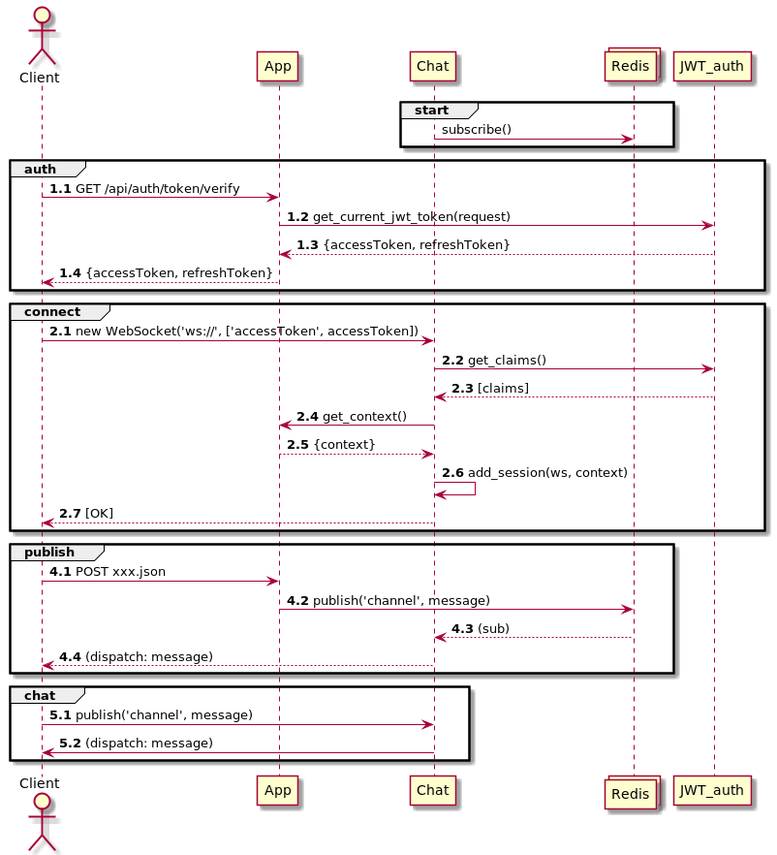
Before: docs/chat.png, a diagram exported from PlantUML (Py-AMS/pyams-chat-ws). Source of this version:
```plantuml
@startuml

actor Client
participant App
participant Chat
collections Redis
participant JWT_auth

group start
    Chat -> Redis: subscribe()
end

group auth
    autonumber 1.1
    Client -> App: GET /api/auth/token/verify
    App -> JWT_auth: get_current_jwt_token(request)
    JWT_auth --> App: {accessToken, refreshToken}
    App --> Client: {accessToken, refreshToken}
end

group connect
    autonumber 2.1
    Client -> Chat: new WebSocket('ws://', ['accessToken', accessToken])
    Chat -> JWT_auth: get_claims()
    JWT_auth --> Chat: [claims]
    Chat -> App: get_context()
    App --> Chat: {context}
    Chat -> Chat: add_session(ws, context)
    Chat --> Client: [OK]
end

group publish
    autonumber 4.1
    Client -> App: POST xxx.json
    App -> Redis: publish('channel', message)
    Redis --> Chat: (sub)
    Chat --> Client: (dispatch: message)
end

group chat
    autonumber 5.1
    Client -> Chat: publish('channel', message)
    Chat -> Client: (dispatch: message)
end

@enduml
```
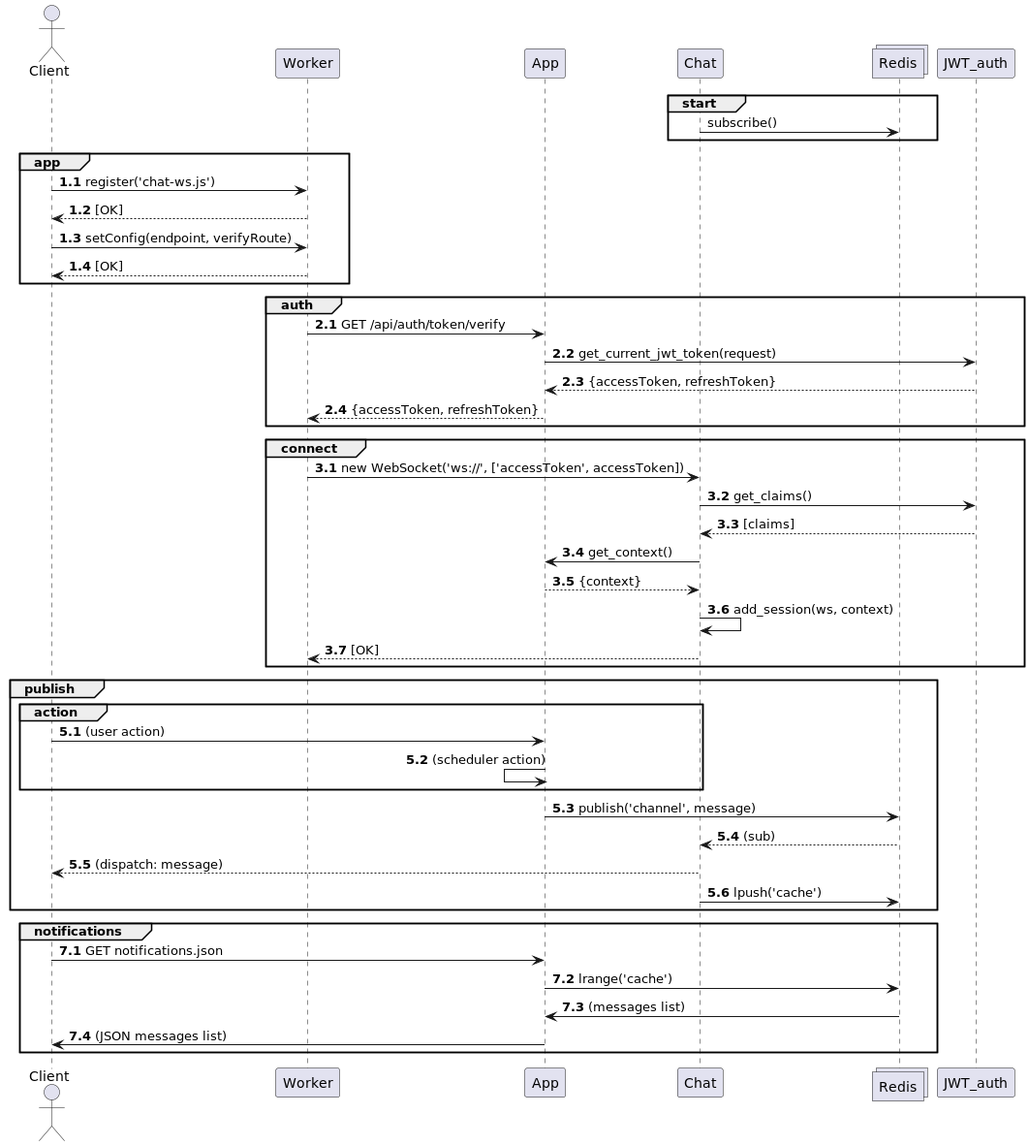
The same diagram one commit later.

Diff of the diagram source:
```diff
@@ -1,6 +1,7 @@
 @startuml
 
 actor Client
+participant Worker
 participant App
 participant Chat
 collections Redis
@@ -10,37 +11,51 @@
     Chat -> Redis: subscribe()
 end
 
+group app
+    autonumber 1.1
+    Client -> Worker: register('chat-ws.js')
+    Worker --> Client: [OK]
+    Client -> Worker: setConfig(endpoint, verifyRoute)
+    Worker --> Client: [OK]
+end
+
 group auth
-    autonumber 1.1
-    Client -> App: GET /api/auth/token/verify
+    autonumber 2.1
+    Worker -> App: GET /api/auth/token/verify
     App -> JWT_auth: get_current_jwt_token(request)
     JWT_auth --> App: {accessToken, refreshToken}
-    App --> Client: {accessToken, refreshToken}
+    App --> Worker: {accessToken, refreshToken}
 end
 
 group connect
-    autonumber 2.1
-    Client -> Chat: new WebSocket('ws://', ['accessToken', accessToken])
+    autonumber 3.1
+    Worker -> Chat: new WebSocket('ws://', ['accessToken', accessToken])
     Chat -> JWT_auth: get_claims()
     JWT_auth --> Chat: [claims]
     Chat -> App: get_context()
     App --> Chat: {context}
     Chat -> Chat: add_session(ws, context)
-    Chat --> Client: [OK]
+    Chat --> Worker: [OK]
 end
 
 group publish
-    autonumber 4.1
-    Client -> App: POST xxx.json
+    autonumber 5.1
+    group action
+      Client -> App: (user action)
+      App <- App: (scheduler action)
+    end
     App -> Redis: publish('channel', message)
     Redis --> Chat: (sub)
     Chat --> Client: (dispatch: message)
+    Chat -> Redis: lpush('cache')
 end
 
-group chat
-    autonumber 5.1
-    Client -> Chat: publish('channel', message)
-    Chat -> Client: (dispatch: message)
+group notifications
+    autonumber 7.1
+    Client -> App: GET notifications.json
+    App -> Redis: lrange('cache')
+    Redis -> App: (messages list)
+    App -> Client: (JSON messages list)
 end
 
 @enduml
```
